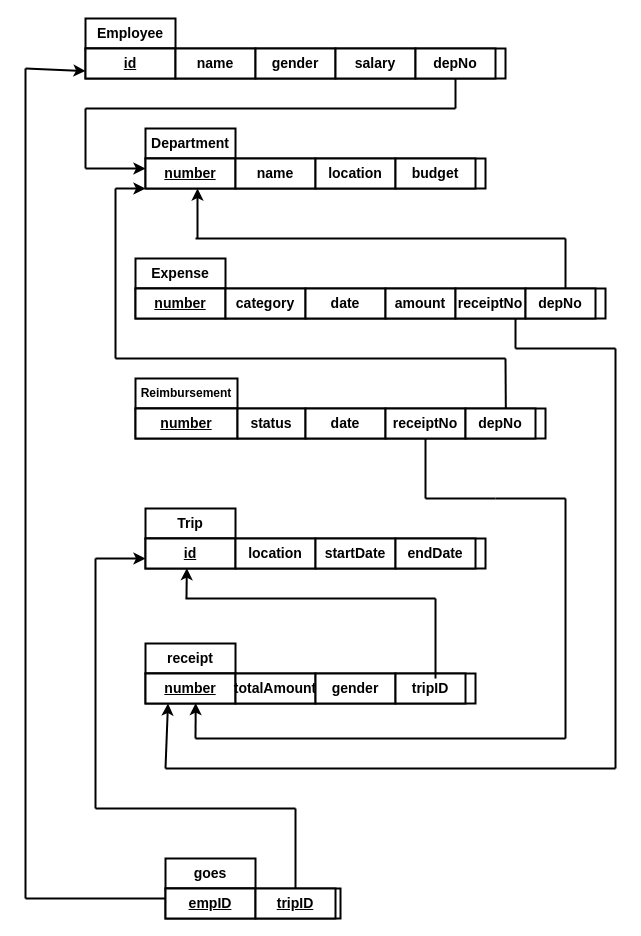
Earlier version of the draw.io diagram Başlıksız Diyagram2.drawio (kaanygl/database). Source tidied: cells renumbered, new cells numbered last; positions are measured from the earlier drawing's top-left corner, leaving out a move shared by most shapes. Both pictures are drawn from the tidied source at 100%, with x=0, y=0 at pixel (25, 18).
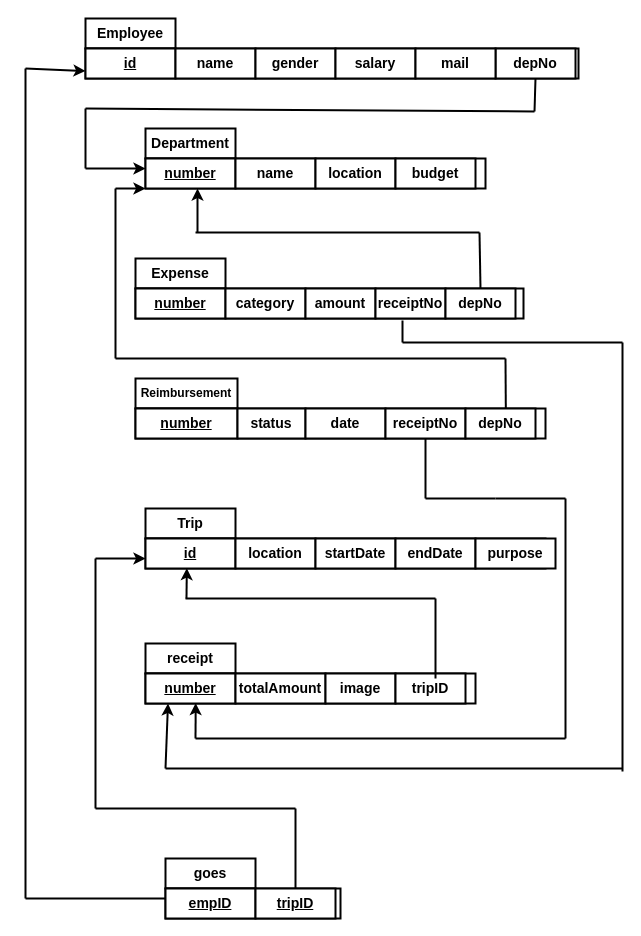
The same page after the edit.

The edit, as a diff of the source:
```diff
@@
     <mxCell id="3" style="rounded=0;whiteSpace=wrap;html=1;strokeWidth=2;" parent="1" vertex="1">
-      <mxGeometry x="60" y="30" width="420" height="30" as="geometry" />
+      <mxGeometry x="60" y="30" width="493" height="30" as="geometry" />
     </mxCell>
@@
     <mxCell id="15" style="rounded=0;whiteSpace=wrap;html=1;strokeWidth=2;" parent="1" vertex="1">
-      <mxGeometry x="120" y="520" width="340" height="30" as="geometry" />
+      <mxGeometry x="120" y="520" width="400" height="30" as="geometry" />
     </mxCell>
@@
     <mxCell id="21" style="rounded=0;whiteSpace=wrap;html=1;strokeWidth=2;" parent="1" vertex="1">
-      <mxGeometry x="110" y="270" width="470" height="30" as="geometry" />
+      <mxGeometry x="110" y="270" width="388" height="30" as="geometry" />
     </mxCell>
@@
-    <mxCell id="24" value="&lt;font style=&quot;font-size: 14px;&quot;&gt;&lt;b&gt;date&lt;/b&gt;&lt;/font&gt;" style="rounded=0;whiteSpace=wrap;html=1;strokeWidth=2;" parent="1" vertex="1">
-      <mxGeometry x="280" y="270" width="80" height="30" as="geometry" />
-    </mxCell>
     <mxCell id="25" value="&lt;font style=&quot;font-size: 14px;&quot;&gt;&lt;b&gt;amount&lt;/b&gt;&lt;/font&gt;" style="rounded=0;whiteSpace=wrap;html=1;strokeWidth=2;" parent="1" vertex="1">
-      <mxGeometry x="360" y="270" width="70" height="30" as="geometry" />
+      <mxGeometry x="280" y="270" width="70" height="30" as="geometry" />
     </mxCell>
@@
     <mxCell id="35" value="&lt;font style=&quot;font-size: 14px;&quot;&gt;&lt;b&gt;totalAmount&lt;/b&gt;&lt;/font&gt;" style="rounded=0;whiteSpace=wrap;html=1;strokeWidth=2;" parent="1" vertex="1">
-      <mxGeometry x="210" y="655" width="80" height="30" as="geometry" />
+      <mxGeometry x="210" y="655" width="90" height="30" as="geometry" />
     </mxCell>
-    <mxCell id="36" value="&lt;font style=&quot;font-size: 14px;&quot;&gt;&lt;b&gt;gender&lt;/b&gt;&lt;/font&gt;" style="rounded=0;whiteSpace=wrap;html=1;strokeWidth=2;" parent="1" vertex="1">
-      <mxGeometry x="290" y="655" width="80" height="30" as="geometry" />
+    <mxCell id="36" value="&lt;font style=&quot;font-size: 14px;&quot;&gt;&lt;b&gt;image&lt;/b&gt;&lt;/font&gt;" style="rounded=0;whiteSpace=wrap;html=1;strokeWidth=2;" parent="1" vertex="1">
+      <mxGeometry x="300" y="655" width="70" height="30" as="geometry" />
     </mxCell>
@@
     <mxCell id="40" value="&lt;font style=&quot;font-size: 14px;&quot;&gt;&lt;b&gt;depNo&lt;/b&gt;&lt;/font&gt;" style="rounded=0;whiteSpace=wrap;html=1;strokeWidth=2;" parent="1" vertex="1">
-      <mxGeometry x="390" y="30" width="80" height="30" as="geometry" />
+      <mxGeometry x="470" y="30" width="80" height="30" as="geometry" />
     </mxCell>
     <mxCell id="41" value="&lt;font style=&quot;font-size: 14px;&quot;&gt;&lt;b&gt;receiptNo&lt;/b&gt;&lt;/font&gt;" style="rounded=0;whiteSpace=wrap;html=1;strokeWidth=2;" parent="1" vertex="1">
-      <mxGeometry x="430" y="270" width="70" height="30" as="geometry" />
+      <mxGeometry x="350" y="270" width="70" height="30" as="geometry" />
     </mxCell>
@@
     <mxCell id="43" value="&lt;font style=&quot;font-size: 14px;&quot;&gt;&lt;b&gt;depNo&lt;/b&gt;&lt;/font&gt;" style="rounded=0;whiteSpace=wrap;html=1;strokeWidth=2;" parent="1" vertex="1">
-      <mxGeometry x="500" y="270" width="70" height="30" as="geometry" />
+      <mxGeometry x="420" y="270" width="70" height="30" as="geometry" />
     </mxCell>
@@
-    <mxCell id="48" style="endArrow=none;html=1;rounded=0;strokeWidth=2;" parent="1" edge="1">
+    <mxCell id="48" style="endArrow=none;html=1;rounded=0;strokeWidth=2;entryX=0.5;entryY=0;entryDx=0;entryDy=0;" parent="1" edge="1" target="43">
       <mxGeometry relative="1" as="geometry">
-        <mxPoint x="540" y="220" as="sourcePoint" />
-        <mxPoint x="540" y="270" as="targetPoint" />
+        <mxPoint x="454" y="214" as="sourcePoint" />
       </mxGeometry>
     </mxCell>
     <mxCell id="49" style="endArrow=none;html=1;rounded=0;strokeWidth=2;" parent="1" edge="1">
       <mxGeometry relative="1" as="geometry">
-        <mxPoint x="170" y="220" as="sourcePoint" />
-        <mxPoint x="540" y="220" as="targetPoint" />
+        <mxPoint x="170" y="214" as="sourcePoint" />
+        <mxPoint x="454" y="214" as="targetPoint" />
       </mxGeometry>
     </mxCell>
@@
-    <mxCell id="59" style="endArrow=none;html=1;rounded=0;strokeWidth=2;" parent="1" edge="1">
+    <mxCell id="59" style="endArrow=none;html=1;rounded=0;strokeWidth=2;entryX=0.386;entryY=1.067;entryDx=0;entryDy=0;entryPerimeter=0;" parent="1" edge="1" target="41">
       <mxGeometry relative="1" as="geometry">
-        <mxPoint x="490" y="330" as="sourcePoint" />
-        <mxPoint x="490" y="300" as="targetPoint" />
+        <mxPoint x="377" y="324" as="sourcePoint" />
       </mxGeometry>
     </mxCell>
     <mxCell id="60" style="endArrow=none;html=1;rounded=0;strokeWidth=2;" parent="1" edge="1">
       <mxGeometry relative="1" as="geometry">
-        <mxPoint x="590" y="330" as="sourcePoint" />
-        <mxPoint x="490" y="330" as="targetPoint" />
+        <mxPoint x="597" y="324" as="sourcePoint" />
+        <mxPoint x="377" y="324" as="targetPoint" />
       </mxGeometry>
     </mxCell>
     <mxCell id="61" style="endArrow=none;html=1;rounded=0;strokeWidth=2;" parent="1" edge="1">
       <mxGeometry relative="1" as="geometry">
-        <mxPoint x="590" y="750" as="sourcePoint" />
-        <mxPoint x="590" y="330" as="targetPoint" />
+        <mxPoint x="597" y="753" as="sourcePoint" />
+        <mxPoint x="597" y="324" as="targetPoint" />
       </mxGeometry>
     </mxCell>
     <mxCell id="62" style="endArrow=none;html=1;rounded=0;strokeWidth=2;" parent="1" edge="1">
       <mxGeometry relative="1" as="geometry">
         <mxPoint x="140" y="750" as="sourcePoint" />
-        <mxPoint x="590" y="750" as="targetPoint" />
+        <mxPoint x="597" y="750" as="targetPoint" />
       </mxGeometry>
     </mxCell>
@@
     <mxCell id="64" style="endArrow=none;html=1;rounded=0;entryX=0.5;entryY=1;entryDx=0;entryDy=0;strokeWidth=2;" parent="1" edge="1" target="40">
       <mxGeometry relative="1" as="geometry">
-        <mxPoint x="430" y="90" as="sourcePoint" />
+        <mxPoint x="509" y="93" as="sourcePoint" />
       </mxGeometry>
     </mxCell>
     <mxCell id="65" style="endArrow=none;html=1;rounded=0;strokeWidth=2;" parent="1" edge="1">
       <mxGeometry relative="1" as="geometry">
         <mxPoint x="60" y="90" as="sourcePoint" />
-        <mxPoint x="430" y="90" as="targetPoint" />
+        <mxPoint x="509" y="93" as="targetPoint" />
       </mxGeometry>
     </mxCell>
@@
     <mxCell id="68" style="endArrow=classic;html=1;rounded=0;strokeWidth=2;" parent="1" edge="1">
       <mxGeometry relative="1" as="geometry">
-        <mxPoint x="172" y="220" as="sourcePoint" />
+        <mxPoint x="172" y="214" as="sourcePoint" />
         <mxPoint x="172" y="170" as="targetPoint" />
       </mxGeometry>
     </mxCell>
@@
+    <mxCell id="80" value="&lt;font style=&quot;font-size: 14px;&quot;&gt;&lt;b&gt;mail&lt;/b&gt;&lt;/font&gt;" style="rounded=0;whiteSpace=wrap;html=1;strokeWidth=2;" parent="1" vertex="1">
+      <mxGeometry x="390" y="30" width="80" height="30" as="geometry" />
+    </mxCell>
+    <mxCell id="81" value="&lt;font style=&quot;font-size: 14px;&quot;&gt;&lt;b&gt;purpose&lt;/b&gt;&lt;/font&gt;" style="rounded=0;whiteSpace=wrap;html=1;strokeWidth=2;" parent="1" vertex="1">
+      <mxGeometry x="450" y="520" width="80" height="30" as="geometry" />
+    </mxCell>
```
